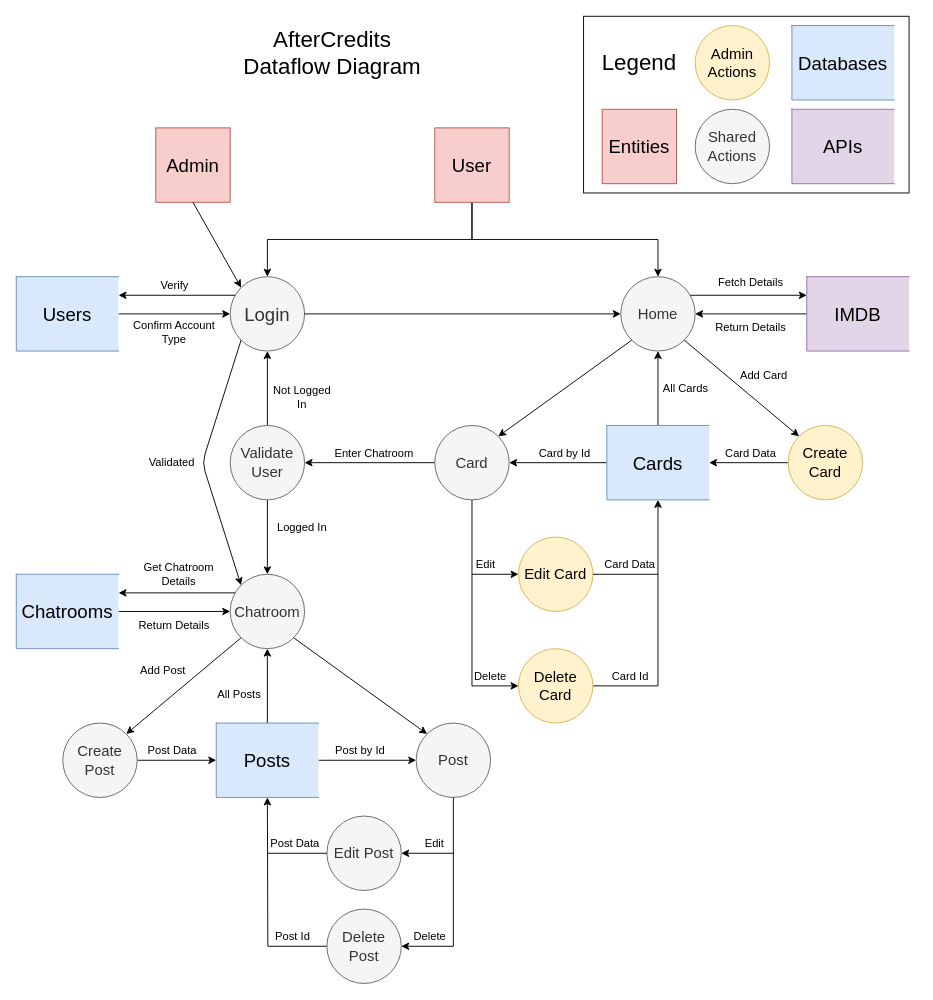
The draw.io diagram docs/DataflowDiagramT3A2-A.drawio in Ellezique/Full-Stack-App-PART-A, before the edit. Source tidied: cells renumbered, new cells numbered last; positions are measured from the earlier drawing's top-left corner, leaving out a move shared by most shapes. Both pictures are drawn from the tidied source at 93%, with x=0, y=0 at pixel (16, 16).
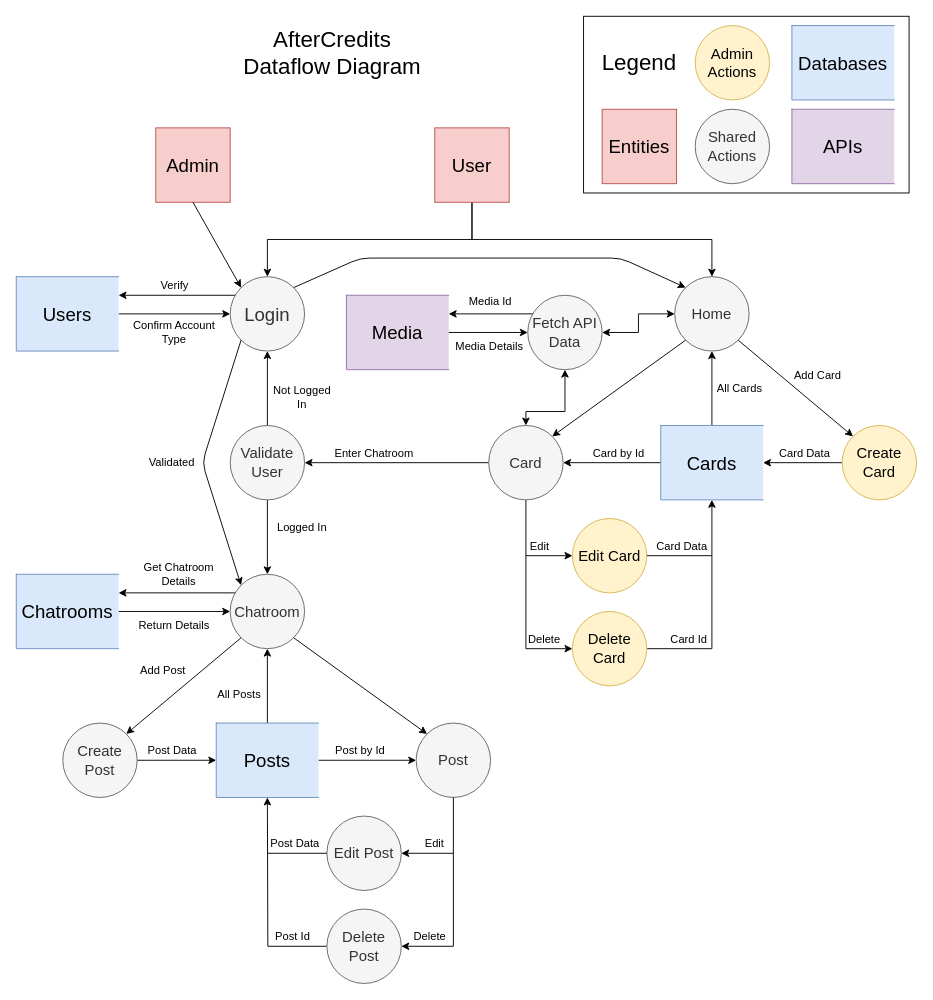
The same diagram, later.

Commit message (it also covers changes not shown here):
Finalised Dataflow Diagram

The change refers to these unchanged cells:
```xml
<mxCell id="5" value="&lt;font style=&quot;font-size: 20px&quot;&gt;User&lt;/font&gt;" style="whiteSpace=wrap;html=1;strokeColor=#b85450;fillColor=#f8cecc;" parent="1" vertex="1">
  <mxGeometry x="450" y="120" width="80" height="80" as="geometry" />
</mxCell>
<mxCell id="7" value="&lt;font style=&quot;font-size: 20px&quot;&gt;Login&lt;/font&gt;" style="ellipse;whiteSpace=wrap;html=1;fillColor=#f5f5f5;strokeColor=#666666;fontColor=#333333;" parent="1" vertex="1">
  <mxGeometry x="230" y="280" width="80" height="80" as="geometry" />
</mxCell>
```

Diff of the diagram source:
```diff
@@
     <mxCell id="3" style="edgeStyle=orthogonalEdgeStyle;rounded=0;jettySize=auto;html=1;entryX=0.5;entryY=0;entryDx=0;entryDy=0;exitX=0.5;exitY=1;exitDx=0;exitDy=0;" parent="1" edge="1" source="5" target="14">
       <mxGeometry relative="1" as="geometry">
         <Array as="points">
           <mxPoint x="490" y="240" />
-          <mxPoint x="690" y="240" />
+          <mxPoint x="748" y="240" />
         </Array>
       </mxGeometry>
     </mxCell>
@@
-    <mxCell id="13" style="edgeStyle=orthogonalEdgeStyle;rounded=0;jettySize=auto;html=1;startArrow=none;startFill=0;endArrow=classic;endFill=1;exitX=1;exitY=0;exitDx=0;exitDy=0;entryX=0;entryY=0.25;entryDx=0;entryDy=0;" parent="1" edge="1" source="14" target="16">
-      <mxGeometry relative="1" as="geometry">
-        <Array as="points">
-          <mxPoint x="718" y="300" />
-        </Array>
-      </mxGeometry>
-    </mxCell>
     <mxCell id="14" value="&lt;font style=&quot;font-size: 16px&quot;&gt;Home&lt;br&gt;&lt;/font&gt;" style="ellipse;whiteSpace=wrap;html=1;fillColor=#f5f5f5;strokeColor=#666666;fontColor=#333333;" parent="1" vertex="1">
-      <mxGeometry x="650" y="280" width="80" height="80" as="geometry" />
+      <mxGeometry x="708" y="280" width="80" height="80" as="geometry" />
     </mxCell>
-    <mxCell id="15" style="edgeStyle=orthogonalEdgeStyle;rounded=0;jettySize=auto;html=1;startArrow=none;startFill=0;endArrow=classic;endFill=1;entryX=1;entryY=0.5;entryDx=0;entryDy=0;" parent="1" edge="1" source="16" target="14">
-      <mxGeometry relative="1" as="geometry" />
-    </mxCell>
+    <mxCell id="87" style="edgeStyle=orthogonalEdgeStyle;rounded=0;jettySize=auto;html=1;startArrow=classic;startFill=1;entryX=0;entryY=0;entryDx=0;entryDy=0;exitX=1;exitY=0.25;exitDx=0;exitDy=0;endArrow=none;endFill=0;" parent="1" edge="1" source="16" target="91">
+      <mxGeometry relative="1" as="geometry">
+        <Array as="points">
+          <mxPoint x="562" y="320" />
+        </Array>
+      </mxGeometry>
+    </mxCell>
-    <mxCell id="16" value="&lt;span style=&quot;font-size: 20px&quot;&gt;IMDB&lt;/span&gt;" style="shape=partialRectangle;whiteSpace=wrap;html=1;bottom=1;right=0;left=1;top=1;perimeterSpacing=0;fillColor=#e1d5e7;strokeColor=#9673a6;" parent="1" vertex="1">
-      <mxGeometry x="850" y="280" width="110" height="80" as="geometry" />
+    <mxCell id="16" value="&lt;span style=&quot;font-size: 20px&quot;&gt;Media&lt;/span&gt;" style="shape=partialRectangle;whiteSpace=wrap;html=1;bottom=1;right=0;left=1;top=1;perimeterSpacing=0;fillColor=#e1d5e7;strokeColor=#9673a6;" parent="1" vertex="1">
+      <mxGeometry x="355" y="300" width="110" height="80" as="geometry" />
     </mxCell>
-    <mxCell id="17" value="Fetch Details" style="text;html=1;strokeColor=none;fillColor=none;align=center;verticalAlign=middle;whiteSpace=wrap;rounded=0;" parent="1" vertex="1">
-      <mxGeometry x="750" y="276" width="80" height="20" as="geometry" />
+    <mxCell id="17" value="Media Id" style="text;html=1;strokeColor=none;fillColor=none;align=center;verticalAlign=middle;whiteSpace=wrap;rounded=0;" parent="1" vertex="1">
+      <mxGeometry x="470" y="297" width="80" height="20" as="geometry" />
     </mxCell>
@@
     <mxCell id="37" value="&lt;font style=&quot;font-size: 20px&quot;&gt;Cards&lt;br&gt;&lt;/font&gt;" style="shape=partialRectangle;whiteSpace=wrap;html=1;bottom=1;right=0;left=1;top=1;fillColor=#dae8fc;perimeterSpacing=0;strokeColor=#6c8ebf;" parent="1" vertex="1">
-      <mxGeometry x="635" y="440" width="110" height="80" as="geometry" />
+      <mxGeometry x="693" y="440" width="110" height="80" as="geometry" />
     </mxCell>
@@
     <mxCell id="39" style="edgeStyle=orthogonalEdgeStyle;rounded=0;jettySize=auto;html=1;entryX=0;entryY=0.5;entryDx=0;entryDy=0;startArrow=none;startFill=0;exitX=0.5;exitY=1;exitDx=0;exitDy=0;" parent="1" edge="1" source="41" target="46">
       <mxGeometry relative="1" as="geometry">
         <Array as="points">
-          <mxPoint x="490" y="720" />
+          <mxPoint x="548" y="680" />
         </Array>
       </mxGeometry>
     </mxCell>
@@
     <mxCell id="41" value="&lt;font style=&quot;font-size: 16px&quot;&gt;Card&lt;/font&gt;" style="ellipse;whiteSpace=wrap;html=1;fillColor=#f5f5f5;strokeColor=#666666;fontColor=#333333;" parent="1" vertex="1">
-      <mxGeometry x="450" y="440" width="80" height="80" as="geometry" />
+      <mxGeometry x="508" y="440" width="80" height="80" as="geometry" />
     </mxCell>
     <mxCell id="42" style="edgeStyle=orthogonalEdgeStyle;rounded=0;jettySize=auto;html=1;startArrow=none;startFill=0;" parent="1" edge="1" source="43" target="37">
       <mxGeometry relative="1" as="geometry">
         <Array as="points">
-          <mxPoint x="855" y="450" />
+          <mxPoint x="913" y="450" />
         </Array>
       </mxGeometry>
     </mxCell>
     <mxCell id="43" value="&lt;font style=&quot;font-size: 16px&quot;&gt;Create Card&lt;/font&gt;" style="ellipse;whiteSpace=wrap;html=1;fillColor=#fff2cc;strokeColor=#d6b656;" parent="1" vertex="1">
-      <mxGeometry x="830" y="440" width="80" height="80" as="geometry" />
+      <mxGeometry x="888" y="440" width="80" height="80" as="geometry" />
     </mxCell>
     <mxCell id="44" value="&lt;font style=&quot;font-size: 16px&quot;&gt;Edit Card&lt;/font&gt;" style="ellipse;whiteSpace=wrap;html=1;fillColor=#fff2cc;strokeColor=#d6b656;" parent="1" vertex="1">
-      <mxGeometry x="540" y="560" width="80" height="80" as="geometry" />
+      <mxGeometry x="598" y="540" width="80" height="80" as="geometry" />
     </mxCell>
-    <mxCell id="45" style="edgeStyle=orthogonalEdgeStyle;rounded=0;jettySize=auto;html=1;startArrow=none;startFill=0;entryX=0.5;entryY=1;entryDx=0;entryDy=0;" parent="1" edge="1" source="46" target="37">
+    <mxCell id="45" style="edgeStyle=orthogonalEdgeStyle;rounded=0;jettySize=auto;html=1;startArrow=none;startFill=0;entryX=0.5;entryY=1;entryDx=0;entryDy=0;exitX=1;exitY=0.5;exitDx=0;exitDy=0;" parent="1" edge="1" source="46" target="37">
       <mxGeometry relative="1" as="geometry">
         <Array as="points">
-          <mxPoint x="690" y="720" />
+          <mxPoint x="748" y="680" />
         </Array>
       </mxGeometry>
     </mxCell>
     <mxCell id="46" value="&lt;font style=&quot;font-size: 16px&quot;&gt;Delete Card&lt;/font&gt;" style="ellipse;whiteSpace=wrap;html=1;fillColor=#fff2cc;strokeColor=#d6b656;" parent="1" vertex="1">
-      <mxGeometry x="540" y="680" width="80" height="80" as="geometry" />
+      <mxGeometry x="598" y="640" width="80" height="80" as="geometry" />
     </mxCell>
     <mxCell id="47" value="Card Data" style="text;html=1;strokeColor=none;fillColor=none;align=center;verticalAlign=middle;whiteSpace=wrap;rounded=0;" parent="1" vertex="1">
-      <mxGeometry x="760" y="460" width="60" height="20" as="geometry" />
+      <mxGeometry x="818" y="460" width="60" height="20" as="geometry" />
     </mxCell>
     <mxCell id="48" value="Card by Id" style="text;html=1;strokeColor=none;fillColor=none;align=center;verticalAlign=middle;whiteSpace=wrap;rounded=0;" parent="1" vertex="1">
-      <mxGeometry x="560" y="460" width="60" height="20" as="geometry" />
+      <mxGeometry x="618" y="460" width="60" height="20" as="geometry" />
     </mxCell>
     <mxCell id="49" value="All Cards" style="text;html=1;strokeColor=none;fillColor=none;align=center;verticalAlign=middle;whiteSpace=wrap;rounded=0;" parent="1" vertex="1">
-      <mxGeometry x="690" y="390" width="60" height="20" as="geometry" />
+      <mxGeometry x="748" y="390" width="60" height="20" as="geometry" />
     </mxCell>
     <mxCell id="50" value="Edit" style="text;html=1;strokeColor=none;fillColor=none;align=center;verticalAlign=middle;whiteSpace=wrap;rounded=0;" parent="1" vertex="1">
-      <mxGeometry x="490" y="580" width="30" height="20" as="geometry" />
+      <mxGeometry x="548" y="560" width="30" height="20" as="geometry" />
     </mxCell>
     <mxCell id="51" value="Delete" style="text;html=1;strokeColor=none;fillColor=none;align=center;verticalAlign=middle;whiteSpace=wrap;rounded=0;" parent="1" vertex="1">
-      <mxGeometry x="490" y="700" width="40" height="20" as="geometry" />
+      <mxGeometry x="548" y="660" width="40" height="20" as="geometry" />
     </mxCell>
     <mxCell id="52" value="Add Card" style="text;html=1;strokeColor=none;fillColor=none;align=center;verticalAlign=middle;whiteSpace=wrap;rounded=0;" parent="1" vertex="1">
-      <mxGeometry x="774" y="376" width="60" height="20" as="geometry" />
+      <mxGeometry x="832" y="376" width="60" height="20" as="geometry" />
     </mxCell>
-    <mxCell id="53" style="endArrow=classic;html=1;exitX=1;exitY=0.5;exitDx=0;exitDy=0;entryX=0;entryY=0.5;entryDx=0;entryDy=0;" parent="1" edge="1" source="7" target="14">
-      <mxGeometry relative="1" as="geometry" />
-    </mxCell>
@@
     <mxCell id="69" value="Card Data" style="text;html=1;strokeColor=none;fillColor=none;align=center;verticalAlign=middle;whiteSpace=wrap;rounded=0;" parent="1" vertex="1">
-      <mxGeometry x="630" y="580" width="60" height="20" as="geometry" />
+      <mxGeometry x="685.5" y="560" width="60" height="20" as="geometry" />
     </mxCell>
@@
     <mxCell id="71" value="Card Id" style="text;html=1;strokeColor=none;fillColor=none;align=center;verticalAlign=middle;whiteSpace=wrap;rounded=0;" parent="1" vertex="1">
-      <mxGeometry x="637.5" y="700" width="45" height="20" as="geometry" />
+      <mxGeometry x="700.5" y="660" width="45" height="20" as="geometry" />
     </mxCell>
     <mxCell id="72" style="endArrow=none;html=1;exitX=1;exitY=0.5;exitDx=0;exitDy=0;" parent="1" edge="1" source="44">
       <mxGeometry relative="1" as="geometry">
-        <mxPoint x="690" y="600" as="targetPoint" />
+        <mxPoint x="748" y="580" as="targetPoint" />
       </mxGeometry>
     </mxCell>
     <mxCell id="73" style="endArrow=classic;html=1;startArrow=none;startFill=0;endFill=1;" parent="1" edge="1">
       <mxGeometry relative="1" as="geometry">
-        <mxPoint x="490" y="600" as="sourcePoint" />
-        <mxPoint x="540" y="600" as="targetPoint" />
+        <mxPoint x="548" y="580" as="sourcePoint" />
+        <mxPoint x="598" y="580" as="targetPoint" />
       </mxGeometry>
     </mxCell>
@@
-    <mxCell id="79" value="Return Details" style="text;html=1;strokeColor=none;fillColor=none;align=center;verticalAlign=middle;whiteSpace=wrap;rounded=0;" parent="1" vertex="1">
-      <mxGeometry x="750" y="325" width="80" height="20" as="geometry" />
+    <mxCell id="79" value="Media Details" style="text;html=1;strokeColor=none;fillColor=none;align=center;verticalAlign=middle;whiteSpace=wrap;rounded=0;" parent="1" vertex="1">
+      <mxGeometry x="469" y="345" width="80" height="20" as="geometry" />
     </mxCell>
@@
+    <mxCell id="88" style="edgeStyle=orthogonalEdgeStyle;rounded=0;jettySize=auto;html=1;entryX=0.5;entryY=0;entryDx=0;entryDy=0;startArrow=classic;startFill=1;exitX=0.5;exitY=1;exitDx=0;exitDy=0;" parent="1" edge="1" source="91" target="41">
+      <mxGeometry relative="1" as="geometry">
+        <Array as="points">
+          <mxPoint x="590" y="425" />
+          <mxPoint x="548" y="425" />
+        </Array>
+      </mxGeometry>
+    </mxCell>
+    <mxCell id="89" style="edgeStyle=orthogonalEdgeStyle;rounded=0;jettySize=auto;html=1;entryX=0;entryY=0.5;entryDx=0;entryDy=0;startArrow=classic;startFill=1;exitX=1;exitY=0.5;exitDx=0;exitDy=0;" parent="1" edge="1" source="91" target="14">
+      <mxGeometry relative="1" as="geometry" />
+    </mxCell>
+    <mxCell id="90" style="edgeStyle=orthogonalEdgeStyle;rounded=0;jettySize=auto;html=1;startArrow=classic;startFill=1;endArrow=none;endFill=0;" parent="1" edge="1" source="91" target="16">
+      <mxGeometry relative="1" as="geometry" />
+    </mxCell>
+    <mxCell id="91" value="&lt;font style=&quot;font-size: 16px&quot;&gt;Fetch API Data&lt;/font&gt;" style="ellipse;whiteSpace=wrap;html=1;fillColor=#f5f5f5;strokeColor=#666666;fontColor=#333333;" parent="1" vertex="1">
+      <mxGeometry x="550" y="300" width="80" height="80" as="geometry" />
+    </mxCell>
+    <mxCell id="53" style="endArrow=classic;html=1;exitX=1;exitY=0;exitDx=0;exitDy=0;entryX=0;entryY=0;entryDx=0;entryDy=0;" parent="1" edge="1" source="7" target="14">
+      <mxGeometry relative="1" as="geometry">
+        <Array as="points">
+          <mxPoint x="370" y="260" />
+          <mxPoint x="650" y="260" />
+        </Array>
+      </mxGeometry>
+    </mxCell>
```
